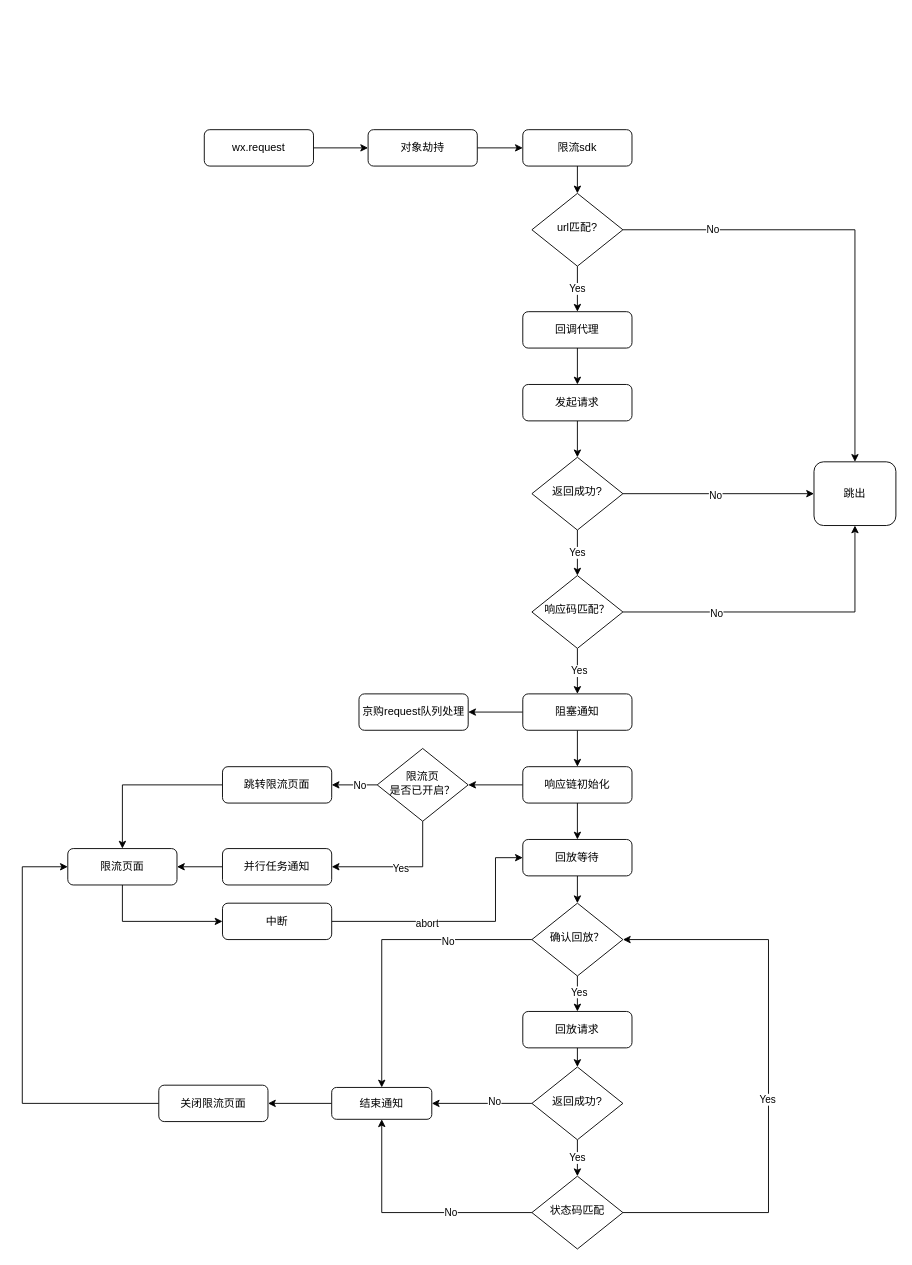
Above: 限流组件.drawio in baosiqing/draw (draw.io), before the change. Source tidied: cells renumbered, new cells numbered last; positions are measured from the earlier drawing's top-left corner, leaving out a move shared by most shapes. Both pictures are drawn from the tidied source at 91%, with x=0, y=0 at pixel (22, 129).
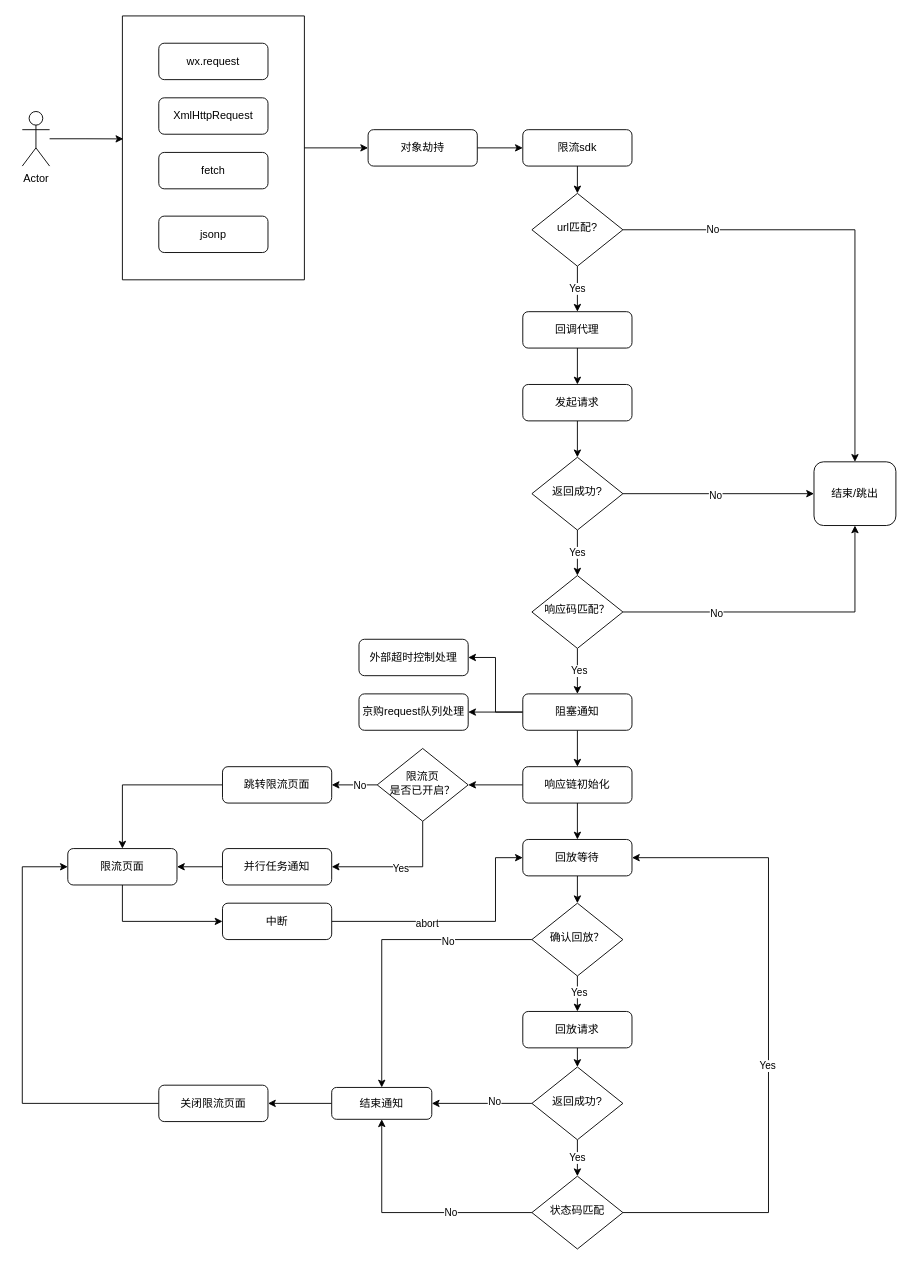
Above is the later version.

Commit message:
更新限流组件.drawio

Unchanged cells that the change refers to:
```xml
<mxCell id="3" value="对象劫持" style="rounded=1;whiteSpace=wrap;html=1;fontSize=12;glass=0;strokeWidth=1;shadow=0;" parent="1" vertex="1">
  <mxGeometry x="380" width="120" height="40" as="geometry" />
</mxCell>
<mxCell id="25" value="阻塞通知" style="rounded=1;whiteSpace=wrap;html=1;fontSize=12;glass=0;strokeWidth=1;shadow=0;" parent="1" vertex="1">
  <mxGeometry x="550" y="620" width="120" height="40" as="geometry" />
</mxCell>
<mxCell id="30" value="回放等待" style="rounded=1;whiteSpace=wrap;html=1;fontSize=12;glass=0;strokeWidth=1;shadow=0;" parent="1" vertex="1">
  <mxGeometry x="550" y="780" width="120" height="40" as="geometry" />
</mxCell>
<mxCell id="35" value="确认回放？" style="rhombus;whiteSpace=wrap;html=1;shadow=0;fontFamily=Helvetica;fontSize=12;align=center;strokeWidth=1;spacing=6;spacingTop=-4;" parent="1" vertex="1">
  <mxGeometry x="560" y="850" width="100" height="80" as="geometry" />
</mxCell>
<mxCell id="46" value="状态码匹配" style="rhombus;whiteSpace=wrap;html=1;shadow=0;fontFamily=Helvetica;fontSize=12;align=center;strokeWidth=1;spacing=6;spacingTop=-4;" parent="1" vertex="1">
  <mxGeometry x="560" y="1150" width="100" height="80" as="geometry" />
</mxCell>
```

Diff of the diagram source:
```diff
@@
-    <mxCell id="11" value="跳出" style="rounded=1;whiteSpace=wrap;html=1;fontSize=12;glass=0;strokeWidth=1;shadow=0;" parent="1" vertex="1">
+    <mxCell id="11" value="结束/跳出" style="rounded=1;whiteSpace=wrap;html=1;fontSize=12;glass=0;strokeWidth=1;shadow=0;" parent="1" vertex="1">
       <mxGeometry x="870" y="365" width="90" height="70" as="geometry" />
     </mxCell>
@@
+    <mxCell id="68" style="edgeStyle=orthogonalEdgeStyle;rounded=0;jettySize=auto;html=1;exitX=0;exitY=0.5;exitDx=0;exitDy=0;entryX=1;entryY=0.5;entryDx=0;entryDy=0;" parent="1" edge="1" source="25" target="76">
+      <mxGeometry relative="1" as="geometry" />
+    </mxCell>
@@
-    <mxCell id="42" style="edgeStyle=orthogonalEdgeStyle;rounded=0;jettySize=auto;html=1;exitX=1;exitY=0.5;exitDx=0;exitDy=0;entryX=1;entryY=0.5;entryDx=0;entryDy=0;" parent="1" edge="1" source="46" target="35">
+    <mxCell id="42" style="edgeStyle=orthogonalEdgeStyle;rounded=0;jettySize=auto;html=1;exitX=1;exitY=0.5;exitDx=0;exitDy=0;entryX=1;entryY=0.5;entryDx=0;entryDy=0;" parent="1" edge="1" source="46" target="30">
       <mxGeometry relative="1" as="geometry">
         <Array as="points">
           <mxPoint x="820" y="1190" />
-          <mxPoint x="820" y="890" />
+          <mxPoint x="820" y="800" />
         </Array>
       </mxGeometry>
     </mxCell>
@@
-    <mxCell id="63" style="edgeStyle=orthogonalEdgeStyle;rounded=0;jettySize=auto;html=1;exitX=1;exitY=0.5;exitDx=0;exitDy=0;entryX=0;entryY=0.5;entryDx=0;entryDy=0;" parent="1" edge="1" source="64" target="3">
-      <mxGeometry relative="1" as="geometry" />
-    </mxCell>
     <mxCell id="64" value="wx.request" style="rounded=1;whiteSpace=wrap;html=1;fontSize=12;glass=0;strokeWidth=1;shadow=0;" parent="1" vertex="1">
-      <mxGeometry x="200" width="120" height="40" as="geometry" />
+      <mxGeometry x="150" y="-95" width="120" height="40" as="geometry" />
     </mxCell>
@@
+    <mxCell id="69" value="XmlHttpRequest" style="rounded=1;whiteSpace=wrap;html=1;fontSize=12;glass=0;strokeWidth=1;shadow=0;" parent="1" vertex="1">
+      <mxGeometry x="150" y="-35" width="120" height="40" as="geometry" />
+    </mxCell>
+    <mxCell id="70" value="fetch" style="rounded=1;whiteSpace=wrap;html=1;fontSize=12;glass=0;strokeWidth=1;shadow=0;" parent="1" vertex="1">
+      <mxGeometry x="150" y="25" width="120" height="40" as="geometry" />
+    </mxCell>
+    <mxCell id="71" value="jsonp" style="rounded=1;whiteSpace=wrap;html=1;fontSize=12;glass=0;strokeWidth=1;shadow=0;" parent="1" vertex="1">
+      <mxGeometry x="150" y="95" width="120" height="40" as="geometry" />
+    </mxCell>
+    <mxCell id="72" style="edgeStyle=orthogonalEdgeStyle;rounded=0;jettySize=auto;html=1;" parent="1" edge="1" source="73" target="3">
+      <mxGeometry relative="1" as="geometry" />
+    </mxCell>
+    <mxCell id="73" style="swimlane;startSize=0;" parent="1" vertex="1">
+      <mxGeometry x="110" y="-125" width="200" height="290" as="geometry" />
+    </mxCell>
+    <mxCell id="74" style="edgeStyle=orthogonalEdgeStyle;rounded=0;jettySize=auto;html=1;entryX=0.005;entryY=0.466;entryDx=0;entryDy=0;entryPerimeter=0;" parent="1" edge="1" source="75" target="73">
+      <mxGeometry relative="1" as="geometry" />
+    </mxCell>
+    <mxCell id="75" value="Actor" style="shape=umlActor;verticalLabelPosition=bottom;verticalAlign=top;html=1;outlineConnect=0;" parent="1" vertex="1">
+      <mxGeometry y="-20" width="30" height="60" as="geometry" />
+    </mxCell>
+    <mxCell id="76" value="外部超时控制处理" style="rounded=1;whiteSpace=wrap;html=1;fontSize=12;glass=0;strokeWidth=1;shadow=0;" parent="1" vertex="1">
+      <mxGeometry x="370" y="560" width="120" height="40" as="geometry" />
+    </mxCell>
```
